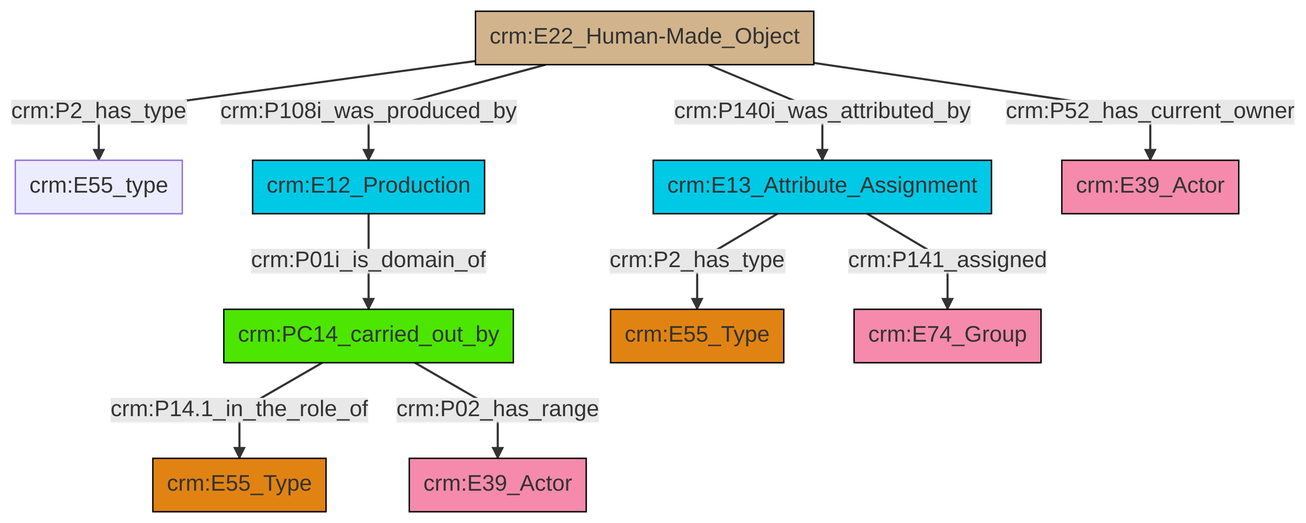
Earlier version of the Mermaid export et/builtWorkCSV/ttl/mmd/png/Built_Work_actor_relations.png (swiss-art-research-net/docs.swissartresearch). Its source is kept beside it as et/builtWorkCSV/ttl/mmd/Built_Work_actor_relations.ttl.mmd. The source it was exported from:
```mermaid
graph TD
classDef Literal fill:#f2f2f2,stroke:#000000;
classDef CRM_Entity fill:#FFFFFF,stroke:#000000;
classDef Temporal_Entity fill:#00C9E6, stroke:#000000;
classDef Type fill:#E18312, stroke:#000000;
classDef Time-Span fill:#2C9C91, stroke:#000000;
classDef Appellation fill:#FFEB7F, stroke:#000000;
classDef Place fill:#008836, stroke:#000000;
classDef Persistent_Item fill:#B266B2, stroke:#000000;
classDef Conceptual_Object fill:#FFD700, stroke:#000000;
classDef Physical_Thing fill:#D2B48C, stroke:#000000;
classDef Actor fill:#f58aad, stroke:#000000;
classDef PC_Classes fill:#4ce600, stroke:#000000;
classDef Multi fill:#cccccc,stroke:#000000;

0["crm:PC14_carried_out_by"]:::PC_Classes -->|crm:P14.1_in_the_role_of| 1["crm:E55_Type"]:::Type
2["crm:E22_Human-Made_Object"]:::Physical_Thing -->|crm:P2_has_type| 3["crm:E55_type"]:::Default
0["crm:PC14_carried_out_by"]:::PC_Classes -->|crm:P02_has_range| 5["crm:E39_Actor"]:::Actor
2["crm:E22_Human-Made_Object"]:::Physical_Thing -->|crm:P108i_was_produced_by| 12["crm:E12_Production"]:::Temporal_Entity
8["crm:E13_Attribute_Assignment"]:::Temporal_Entity -->|crm:P2_has_type| 6["crm:E55_Type"]:::Type
8["crm:E13_Attribute_Assignment"]:::Temporal_Entity -->|crm:P141_assigned| 17["crm:E74_Group"]:::Actor
2["crm:E22_Human-Made_Object"]:::Physical_Thing -->|crm:P52_has_current_owner| 13["crm:E39_Actor"]:::Actor
12["crm:E12_Production"]:::Temporal_Entity -->|crm:P01i_is_domain_of| 0["crm:PC14_carried_out_by"]:::PC_Classes
2["crm:E22_Human-Made_Object"]:::Physical_Thing -->|crm:P140i_was_attributed_by| 8["crm:E13_Attribute_Assignment"]:::Temporal_Entity
```
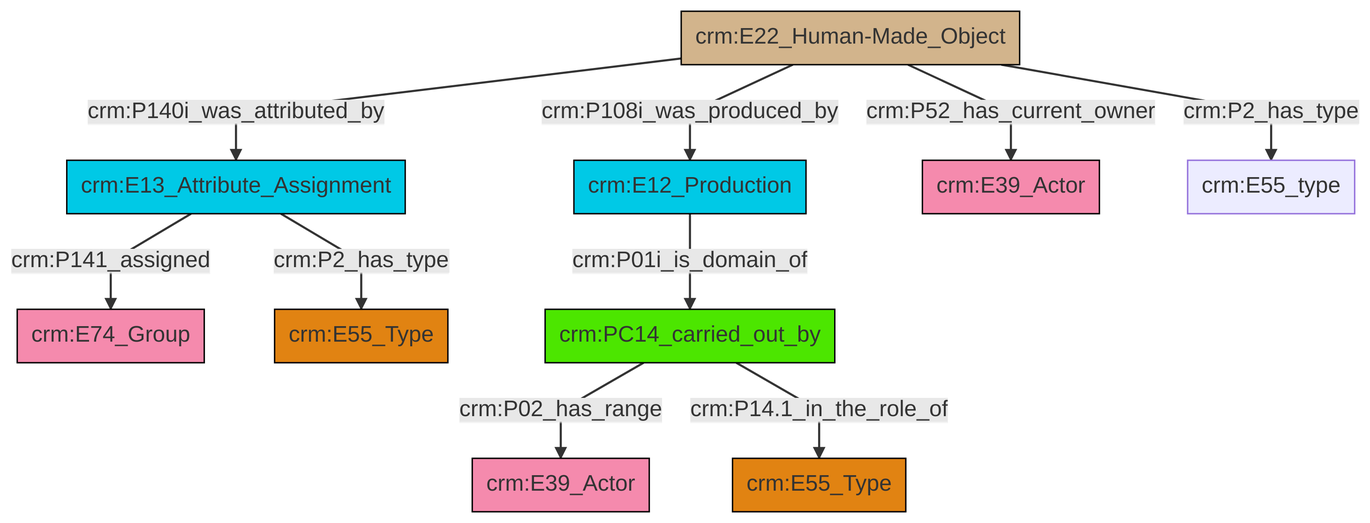
Later version of the same file.

The edit, as a diff of the source:
```diff
@@ -13,12 +13,12 @@
 classDef PC_Classes fill:#4ce600, stroke:#000000;
 classDef Multi fill:#cccccc,stroke:#000000;
 
-0["crm:PC14_carried_out_by"]:::PC_Classes -->|crm:P14.1_in_the_role_of| 1["crm:E55_Type"]:::Type
-2["crm:E22_Human-Made_Object"]:::Physical_Thing -->|crm:P2_has_type| 3["crm:E55_type"]:::Default
-0["crm:PC14_carried_out_by"]:::PC_Classes -->|crm:P02_has_range| 5["crm:E39_Actor"]:::Actor
-2["crm:E22_Human-Made_Object"]:::Physical_Thing -->|crm:P108i_was_produced_by| 12["crm:E12_Production"]:::Temporal_Entity
-8["crm:E13_Attribute_Assignment"]:::Temporal_Entity -->|crm:P2_has_type| 6["crm:E55_Type"]:::Type
-8["crm:E13_Attribute_Assignment"]:::Temporal_Entity -->|crm:P141_assigned| 17["crm:E74_Group"]:::Actor
-2["crm:E22_Human-Made_Object"]:::Physical_Thing -->|crm:P52_has_current_owner| 13["crm:E39_Actor"]:::Actor
-12["crm:E12_Production"]:::Temporal_Entity -->|crm:P01i_is_domain_of| 0["crm:PC14_carried_out_by"]:::PC_Classes
-2["crm:E22_Human-Made_Object"]:::Physical_Thing -->|crm:P140i_was_attributed_by| 8["crm:E13_Attribute_Assignment"]:::Temporal_Entity
+0["crm:E22_Human-Made_Object"]:::Physical_Thing -->|crm:P108i_was_produced_by| 1["crm:E12_Production"]:::Temporal_Entity
+0["crm:E22_Human-Made_Object"]:::Physical_Thing -->|crm:P140i_was_attributed_by| 2["crm:E13_Attribute_Assignment"]:::Temporal_Entity
+2["crm:E13_Attribute_Assignment"]:::Temporal_Entity -->|crm:P141_assigned| 3["crm:E74_Group"]:::Actor
+2["crm:E13_Attribute_Assignment"]:::Temporal_Entity -->|crm:P2_has_type| 5["crm:E55_Type"]:::Type
+6["crm:PC14_carried_out_by"]:::PC_Classes -->|crm:P02_has_range| 7["crm:E39_Actor"]:::Actor
+0["crm:E22_Human-Made_Object"]:::Physical_Thing -->|crm:P52_has_current_owner| 8["crm:E39_Actor"]:::Actor
+0["crm:E22_Human-Made_Object"]:::Physical_Thing -->|crm:P2_has_type| 9["crm:E55_type"]:::Default
+6["crm:PC14_carried_out_by"]:::PC_Classes -->|crm:P14.1_in_the_role_of| 18["crm:E55_Type"]:::Type
+1["crm:E12_Production"]:::Temporal_Entity -->|crm:P01i_is_domain_of| 6["crm:PC14_carried_out_by"]:::PC_Classes
```
